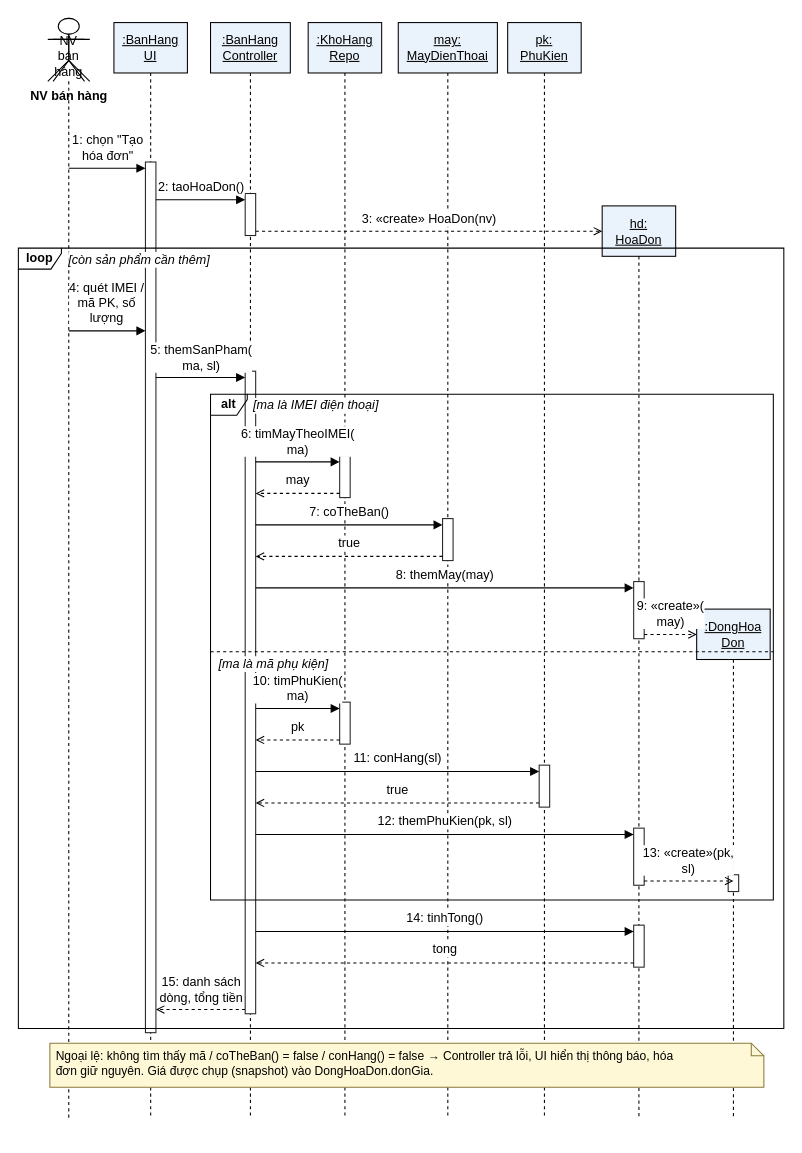
This is SoDo/05_SD_BanHang_ThemSanPham.drawio from trungkien1407/OOP, a draw.io file, before an edit. Source tidied: cells renumbered, new cells numbered last; positions are measured from the earlier drawing's top-left corner, leaving out a move shared by most shapes. Both pictures are drawn from the tidied source at 105%, with x=0, y=0 at pixel (18, 18).
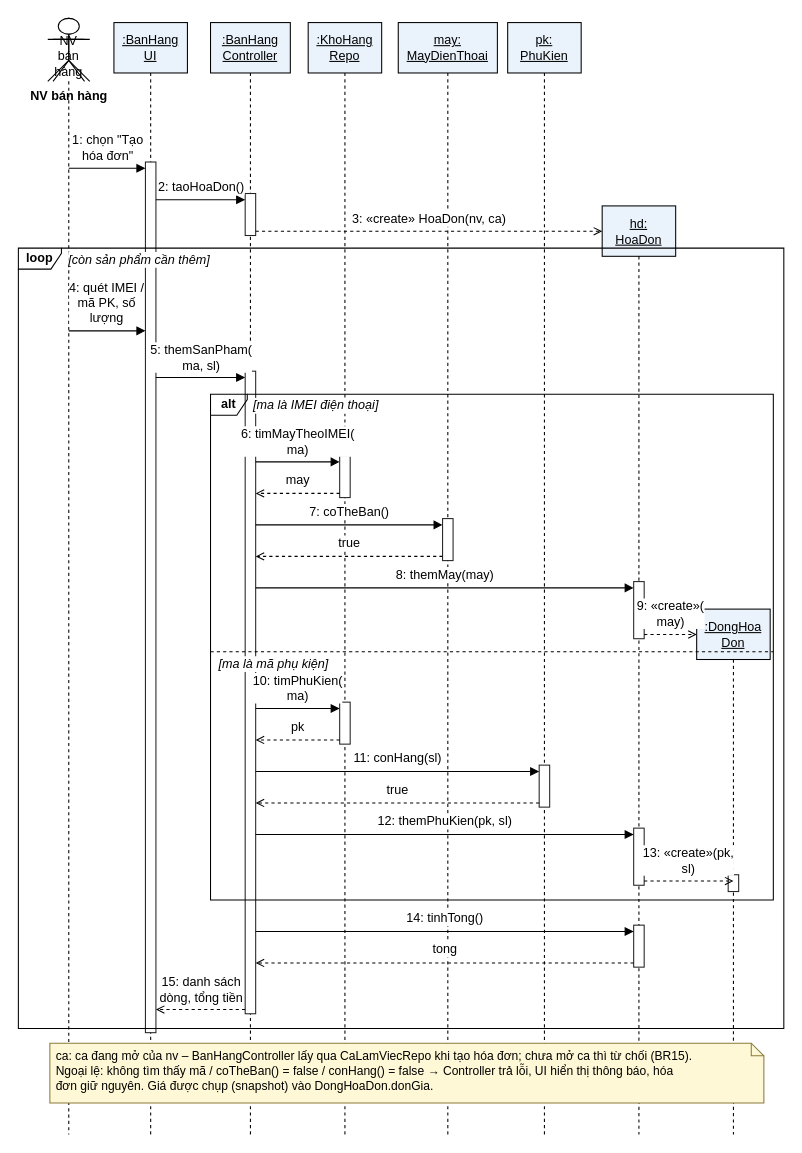
After the change.

The edit, as a diff of the source:
```diff
@@
     <mxCell id="3" value="NV bán hàng" style="shape=umlLifeline;perimeter=lifelinePerimeter;whiteSpace=wrap;html=1;size=60;fontSize=12;participant=umlActor;verticalAlign=bottom;" parent="1" vertex="1">
-      <mxGeometry x="28" width="40" height="1048" as="geometry" />
+      <mxGeometry x="28" width="40" height="1063" as="geometry" />
     </mxCell>
     <mxCell id="4" value=":BanHang&lt;br&gt;UI" style="shape=umlLifeline;perimeter=lifelinePerimeter;whiteSpace=wrap;html=1;size=48;fontSize=12;fillColor=#EAF2FB;fontStyle=4;" parent="1" vertex="1">
-      <mxGeometry x="91" y="4" width="70" height="1044" as="geometry" />
+      <mxGeometry x="91" y="4" width="70" height="1059" as="geometry" />
     </mxCell>
@@
     <mxCell id="6" value=":BanHang&lt;br&gt;Controller" style="shape=umlLifeline;perimeter=lifelinePerimeter;whiteSpace=wrap;html=1;size=48;fontSize=12;fillColor=#EAF2FB;fontStyle=4;" parent="1" vertex="1">
-      <mxGeometry x="183" y="4" width="76" height="1044" as="geometry" />
+      <mxGeometry x="183" y="4" width="76" height="1059" as="geometry" />
     </mxCell>
@@
     <mxCell id="9" value=":KhoHang&lt;br&gt;Repo" style="shape=umlLifeline;perimeter=lifelinePerimeter;whiteSpace=wrap;html=1;size=48;fontSize=12;fillColor=#EAF2FB;fontStyle=4;" parent="1" vertex="1">
-      <mxGeometry x="276" y="4" width="70" height="1044" as="geometry" />
+      <mxGeometry x="276" y="4" width="70" height="1059" as="geometry" />
     </mxCell>
@@
     <mxCell id="12" value="may:&lt;br&gt;MayDienThoai" style="shape=umlLifeline;perimeter=lifelinePerimeter;whiteSpace=wrap;html=1;size=48;fontSize=12;fillColor=#EAF2FB;fontStyle=4;" parent="1" vertex="1">
-      <mxGeometry x="361.8" y="4" width="94.4" height="1044" as="geometry" />
+      <mxGeometry x="361.8" y="4" width="94.4" height="1059" as="geometry" />
     </mxCell>
@@
     <mxCell id="14" value="pk:&lt;br&gt;PhuKien" style="shape=umlLifeline;perimeter=lifelinePerimeter;whiteSpace=wrap;html=1;size=48;fontSize=12;fillColor=#EAF2FB;fontStyle=4;" parent="1" vertex="1">
-      <mxGeometry x="466" y="4" width="70" height="1044" as="geometry" />
+      <mxGeometry x="466" y="4" width="70" height="1059" as="geometry" />
     </mxCell>
@@
     <mxCell id="16" value="hd:&lt;br&gt;HoaDon" style="shape=umlLifeline;perimeter=lifelinePerimeter;whiteSpace=wrap;html=1;size=48;fontSize=12;fillColor=#EAF2FB;fontStyle=4;" parent="1" vertex="1">
-      <mxGeometry x="556" y="178.6" width="70" height="869.4" as="geometry" />
+      <mxGeometry x="556" y="178.6" width="70" height="884.4" as="geometry" />
     </mxCell>
@@
     <mxCell id="20" value=":DongHoa&lt;br&gt;Don" style="shape=umlLifeline;perimeter=lifelinePerimeter;whiteSpace=wrap;html=1;size=48;fontSize=12;fillColor=#EAF2FB;fontStyle=4;" parent="1" vertex="1">
-      <mxGeometry x="646" y="562.6" width="70" height="485.4" as="geometry" />
+      <mxGeometry x="646" y="562.6" width="70" height="500.4" as="geometry" />
     </mxCell>
@@
-    <mxCell id="28" value="3: «create» HoaDon(nv)" style="text;html=1;align=center;verticalAlign=middle;fontSize=12;spacing=0;labelBackgroundColor=#ffffff;" parent="1" vertex="1">
-      <mxGeometry x="320" y="181.1" width="142" height="19" as="geometry" />
+    <mxCell id="28" value="3: «create» HoaDon(nv, ca)" style="text;html=1;align=center;verticalAlign=middle;fontSize=12;spacing=0;labelBackgroundColor=#ffffff;" parent="1" vertex="1">
+      <mxGeometry x="309.7" y="181.1" width="162.7" height="19" as="geometry" />
     </mxCell>
@@
-    <mxCell id="63" value="Ngoại lệ: không tìm thấy mã / coTheBan() = false / conHang() = false → Controller trả lỗi, UI hiển thị thông báo, hóa&lt;br&gt;đơn giữ nguyên. Giá được chụp (snapshot) vào DongHoaDon.donGia." style="shape=note;whiteSpace=wrap;html=1;size=12;align=left;verticalAlign=top;spacingLeft=4;fillColor=#FFF8D6;strokeColor=#8a7a3a;fontSize=11.5;" parent="1" vertex="1">
-      <mxGeometry x="30" y="976" width="680" height="42" as="geometry" />
+    <mxCell id="63" value="ca: ca đang mở của nv – BanHangController lấy qua CaLamViecRepo khi tạo hóa đơn; chưa mở ca thì từ chối (BR15).&lt;br&gt;Ngoại lệ: không tìm thấy mã / coTheBan() = false / conHang() = false → Controller trả lỗi, UI hiển thị thông báo, hóa&lt;br&gt;đơn giữ nguyên. Giá được chụp (snapshot) vào DongHoaDon.donGia." style="shape=note;whiteSpace=wrap;html=1;size=12;align=left;verticalAlign=top;spacingLeft=4;fillColor=#FFF8D6;strokeColor=#8a7a3a;fontSize=11.5;" parent="1" vertex="1">
+      <mxGeometry x="30" y="976" width="680" height="57" as="geometry" />
     </mxCell>
```
